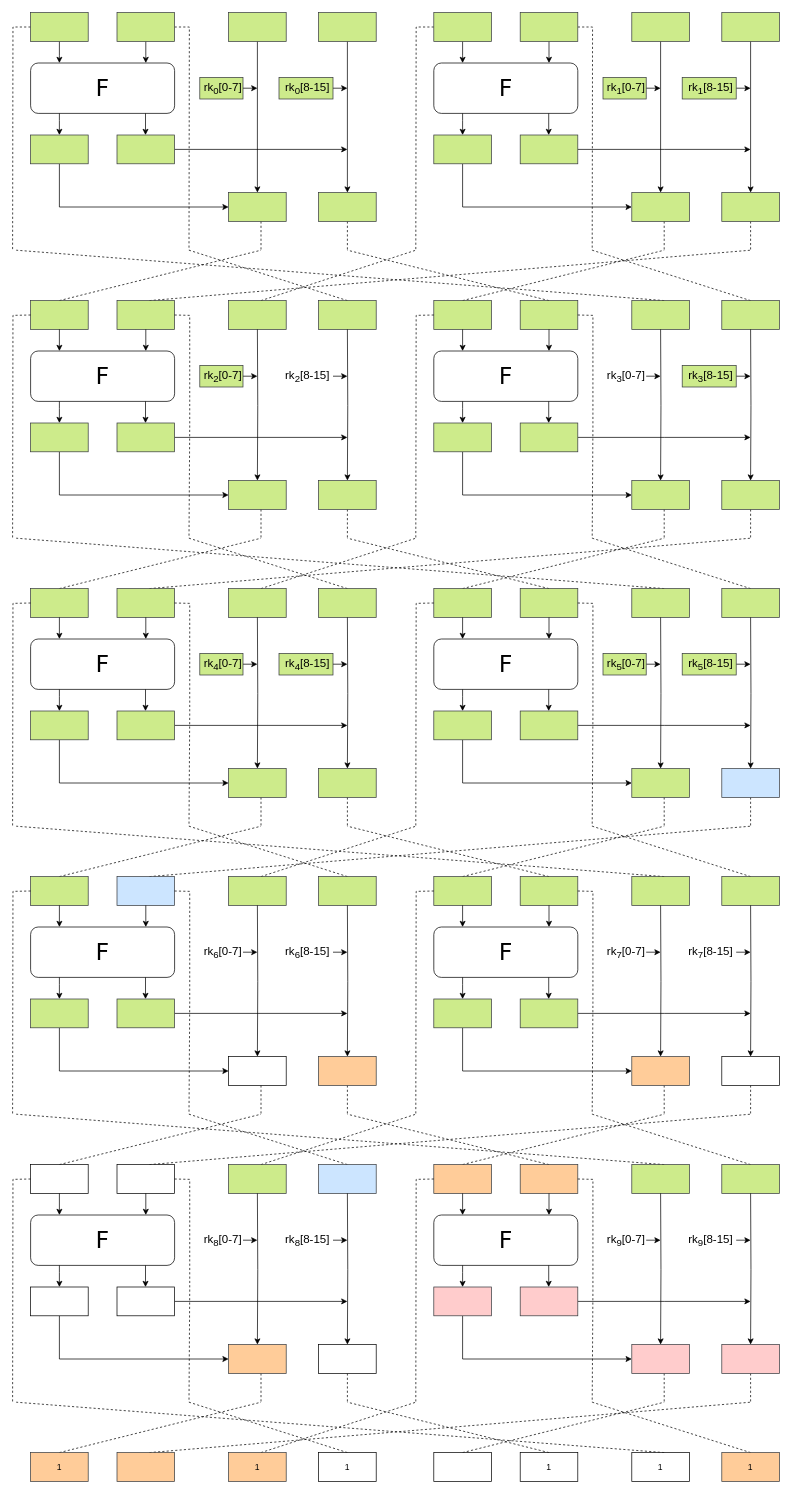
The draw.io diagram trail/key recovery imp.drawio in dwqRP/Piccolo, before the edit. Source tidied: cells renumbered, new cells numbered last; positions are measured from the earlier drawing's top-left corner, leaving out a move shared by most shapes. Both pictures are drawn from the tidied source at 72%, with x=0, y=0 at pixel (12, 12).
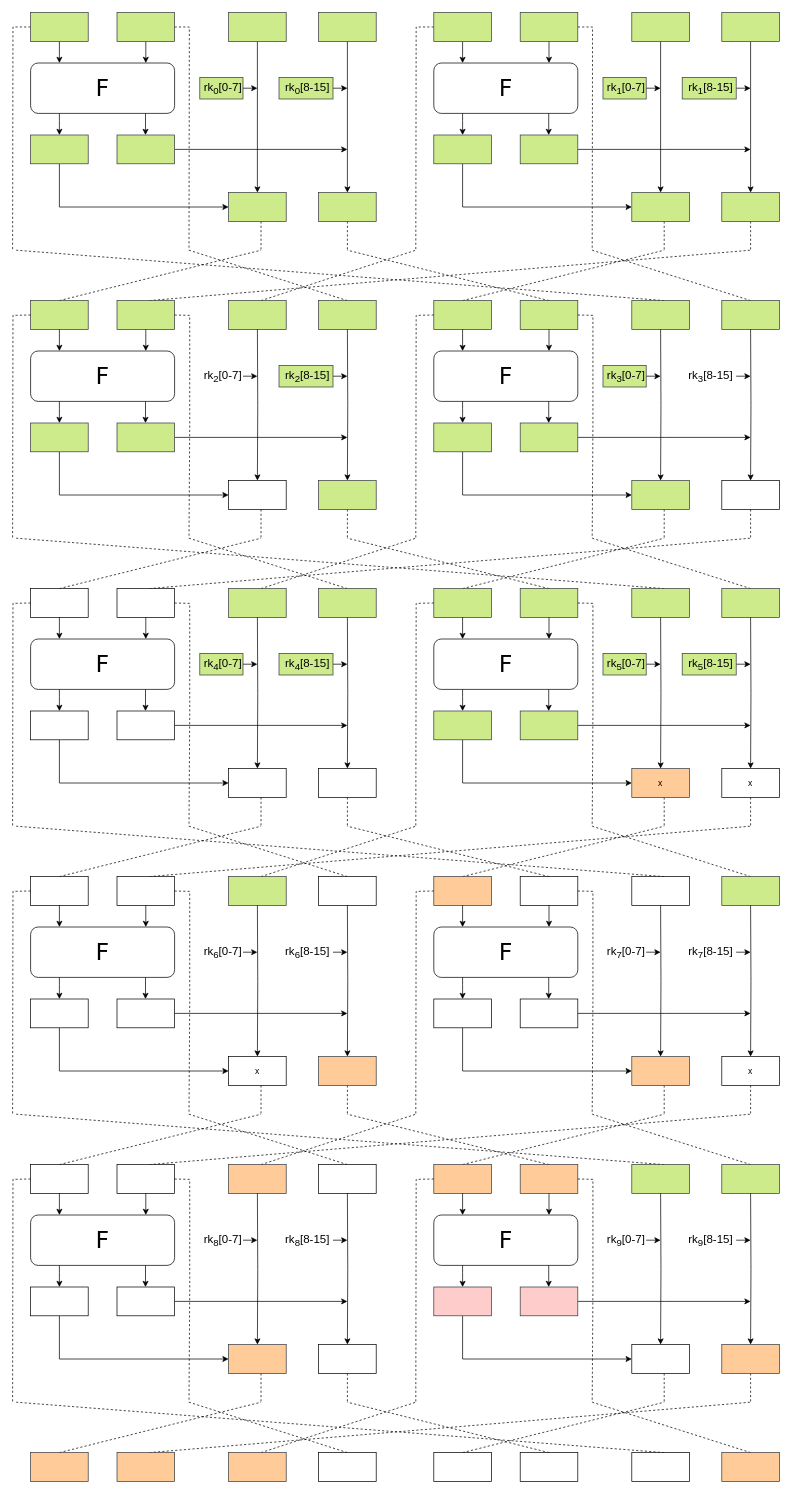
The same diagram, later.

The edit, as a diff of the source:
```diff
@@
-    <mxCell id="90" style="rounded=0;whiteSpace=wrap;html=1;fillColor=#cdeb8b;strokeColor=#36393d;" parent="1" vertex="1">
+    <mxCell id="90" style="rounded=0;whiteSpace=wrap;html=1;" parent="1" vertex="1">
       <mxGeometry x="300" y="650" width="80" height="40" as="geometry" />
     </mxCell>
@@
-    <mxCell id="92" value="&lt;font style=&quot;font-size: 16px;&quot;&gt;&amp;nbsp;rk&lt;sub&gt;2&lt;/sub&gt;[0-7]&lt;/font&gt;" style="text;html=1;align=center;verticalAlign=middle;whiteSpace=wrap;rounded=0;fillColor=#cdeb8b;strokeColor=#36393d;" parent="1" vertex="1">
+    <mxCell id="92" value="&lt;font style=&quot;font-size: 16px;&quot;&gt;&amp;nbsp;rk&lt;sub&gt;2&lt;/sub&gt;[0-7]&lt;/font&gt;" style="text;html=1;align=center;verticalAlign=middle;whiteSpace=wrap;rounded=0;" parent="1" vertex="1">
       <mxGeometry x="260" y="490" width="60" height="30" as="geometry" />
     </mxCell>
@@
-    <mxCell id="94" value="&lt;font style=&quot;font-size: 16px;&quot;&gt;&amp;nbsp;rk&lt;sub&gt;2&lt;/sub&gt;[8-15]&lt;/font&gt;" style="text;html=1;align=center;verticalAlign=middle;whiteSpace=wrap;rounded=0;" parent="1" vertex="1">
+    <mxCell id="94" value="&lt;font style=&quot;font-size: 16px;&quot;&gt;&amp;nbsp;rk&lt;sub&gt;2&lt;/sub&gt;[8-15]&lt;/font&gt;" style="text;html=1;align=center;verticalAlign=middle;whiteSpace=wrap;rounded=0;fillColor=#cdeb8b;strokeColor=#36393d;" parent="1" vertex="1">
       <mxGeometry x="370" y="490" width="75" height="30" as="geometry" />
     </mxCell>
@@
-    <mxCell id="96" style="rounded=0;whiteSpace=wrap;html=1;fillColor=#cdeb8b;strokeColor=#36393d;" parent="1" vertex="1">
+    <mxCell id="96" style="rounded=0;whiteSpace=wrap;html=1;" parent="1" vertex="1">
       <mxGeometry x="25" y="800" width="80" height="40" as="geometry" />
     </mxCell>
-    <mxCell id="97" style="rounded=0;whiteSpace=wrap;html=1;fillColor=#cdeb8b;strokeColor=#36393d;" parent="1" vertex="1">
+    <mxCell id="97" style="rounded=0;whiteSpace=wrap;html=1;" parent="1" vertex="1">
       <mxGeometry x="145" y="800" width="80" height="40" as="geometry" />
     </mxCell>
@@
-    <mxCell id="117" value="&lt;font style=&quot;font-size: 16px;&quot;&gt;&amp;nbsp;rk&lt;sub&gt;3&lt;/sub&gt;[0-7]&lt;/font&gt;" style="text;html=1;align=center;verticalAlign=middle;whiteSpace=wrap;rounded=0;" parent="1" vertex="1">
+    <mxCell id="117" value="&lt;font style=&quot;font-size: 16px;&quot;&gt;&amp;nbsp;rk&lt;sub&gt;3&lt;/sub&gt;[0-7]&lt;/font&gt;" style="text;html=1;align=center;verticalAlign=middle;whiteSpace=wrap;rounded=0;fillColor=#cdeb8b;strokeColor=#36393d;" parent="1" vertex="1">
       <mxGeometry x="820" y="490" width="60" height="30" as="geometry" />
     </mxCell>
@@
-    <mxCell id="119" value="&lt;font style=&quot;font-size: 16px;&quot;&gt;&amp;nbsp;rk&lt;sub&gt;3&lt;/sub&gt;[8-15]&lt;/font&gt;" style="text;html=1;align=center;verticalAlign=middle;whiteSpace=wrap;rounded=0;fillColor=#cdeb8b;strokeColor=#36393d;" parent="1" vertex="1">
+    <mxCell id="119" value="&lt;font style=&quot;font-size: 16px;&quot;&gt;&amp;nbsp;rk&lt;sub&gt;3&lt;/sub&gt;[8-15]&lt;/font&gt;" style="text;html=1;align=center;verticalAlign=middle;whiteSpace=wrap;rounded=0;" parent="1" vertex="1">
       <mxGeometry x="930" y="490" width="75" height="30" as="geometry" />
     </mxCell>
-    <mxCell id="120" style="rounded=0;whiteSpace=wrap;html=1;fillColor=#cdeb8b;strokeColor=#36393d;" parent="1" vertex="1">
+    <mxCell id="120" style="rounded=0;whiteSpace=wrap;html=1;" parent="1" vertex="1">
       <mxGeometry x="985" y="650" width="80" height="40" as="geometry" />
     </mxCell>
@@
-    <mxCell id="145" style="rounded=0;whiteSpace=wrap;html=1;fillColor=#cdeb8b;strokeColor=#36393d;" parent="1" vertex="1">
+    <mxCell id="145" style="rounded=0;whiteSpace=wrap;html=1;" parent="1" vertex="1">
       <mxGeometry x="25" y="970" width="80" height="40" as="geometry" />
     </mxCell>
@@
-    <mxCell id="147" style="rounded=0;whiteSpace=wrap;html=1;fillColor=#cdeb8b;strokeColor=#36393d;" parent="1" vertex="1">
+    <mxCell id="147" style="rounded=0;whiteSpace=wrap;html=1;" parent="1" vertex="1">
       <mxGeometry x="145" y="970" width="80" height="40" as="geometry" />
     </mxCell>
-    <mxCell id="148" style="rounded=0;whiteSpace=wrap;html=1;fillColor=#cdeb8b;strokeColor=#36393d;" parent="1" vertex="1">
+    <mxCell id="148" style="rounded=0;whiteSpace=wrap;html=1;" parent="1" vertex="1">
       <mxGeometry x="300" y="1050" width="80" height="40" as="geometry" />
     </mxCell>
@@
-    <mxCell id="153" style="rounded=0;whiteSpace=wrap;html=1;fillColor=#cdeb8b;strokeColor=#36393d;" parent="1" vertex="1">
+    <mxCell id="153" style="rounded=0;whiteSpace=wrap;html=1;" parent="1" vertex="1">
       <mxGeometry x="425" y="1050" width="80" height="40" as="geometry" />
     </mxCell>
-    <mxCell id="154" style="rounded=0;whiteSpace=wrap;html=1;fillColor=#cdeb8b;strokeColor=#36393d;" parent="1" vertex="1">
+    <mxCell id="154" style="rounded=0;whiteSpace=wrap;html=1;" parent="1" vertex="1">
       <mxGeometry x="25" y="1200" width="80" height="40" as="geometry" />
     </mxCell>
-    <mxCell id="155" style="rounded=0;whiteSpace=wrap;html=1;fillColor=#cce5ff;strokeColor=#36393d;" parent="1" vertex="1">
+    <mxCell id="155" style="rounded=0;whiteSpace=wrap;html=1;" parent="1" vertex="1">
       <mxGeometry x="145" y="1200" width="80" height="40" as="geometry" />
     </mxCell>
@@
-    <mxCell id="157" style="rounded=0;whiteSpace=wrap;html=1;fillColor=#cdeb8b;strokeColor=#36393d;" parent="1" vertex="1">
+    <mxCell id="157" style="rounded=0;whiteSpace=wrap;html=1;" parent="1" vertex="1">
       <mxGeometry x="425" y="1200" width="80" height="40" as="geometry" />
     </mxCell>
@@
-    <mxCell id="173" style="rounded=0;whiteSpace=wrap;html=1;fillColor=#cdeb8b;strokeColor=#36393d;" parent="1" vertex="1">
+    <mxCell id="173" value="x" style="rounded=0;whiteSpace=wrap;html=1;fillColor=#ffcc99;strokeColor=#36393d;" parent="1" vertex="1">
       <mxGeometry x="860" y="1050" width="80" height="40" as="geometry" />
     </mxCell>
@@
-    <mxCell id="178" style="rounded=0;whiteSpace=wrap;html=1;fillColor=#cce5ff;strokeColor=#36393d;" parent="1" vertex="1">
+    <mxCell id="178" value="x" style="rounded=0;whiteSpace=wrap;html=1;" parent="1" vertex="1">
       <mxGeometry x="985" y="1050" width="80" height="40" as="geometry" />
     </mxCell>
@@
-    <mxCell id="180" style="rounded=0;whiteSpace=wrap;html=1;fillColor=#cdeb8b;strokeColor=#36393d;" parent="1" vertex="1">
+    <mxCell id="180" style="rounded=0;whiteSpace=wrap;html=1;fillColor=#ffcc99;strokeColor=#36393d;" parent="1" vertex="1">
       <mxGeometry x="585" y="1200" width="80" height="40" as="geometry" />
     </mxCell>
-    <mxCell id="181" style="rounded=0;whiteSpace=wrap;html=1;fillColor=#cdeb8b;strokeColor=#36393d;" parent="1" vertex="1">
+    <mxCell id="181" style="rounded=0;whiteSpace=wrap;html=1;" parent="1" vertex="1">
       <mxGeometry x="705" y="1200" width="80" height="40" as="geometry" />
     </mxCell>
-    <mxCell id="182" style="rounded=0;whiteSpace=wrap;html=1;fillColor=#cdeb8b;strokeColor=#36393d;" parent="1" vertex="1">
+    <mxCell id="182" style="rounded=0;whiteSpace=wrap;html=1;" parent="1" vertex="1">
       <mxGeometry x="860" y="1200" width="80" height="40" as="geometry" />
     </mxCell>
@@
-    <mxCell id="203" style="rounded=0;whiteSpace=wrap;html=1;fillColor=#cdeb8b;strokeColor=#36393d;" parent="1" vertex="1">
+    <mxCell id="203" style="rounded=0;whiteSpace=wrap;html=1;" parent="1" vertex="1">
       <mxGeometry x="25" y="1370" width="80" height="40" as="geometry" />
     </mxCell>
@@
-    <mxCell id="205" style="rounded=0;whiteSpace=wrap;html=1;fillColor=#cdeb8b;strokeColor=#36393d;" parent="1" vertex="1">
+    <mxCell id="205" style="rounded=0;whiteSpace=wrap;html=1;" parent="1" vertex="1">
       <mxGeometry x="145" y="1370" width="80" height="40" as="geometry" />
     </mxCell>
-    <mxCell id="206" style="rounded=0;whiteSpace=wrap;html=1;" parent="1" vertex="1">
+    <mxCell id="206" value="x" style="rounded=0;whiteSpace=wrap;html=1;" parent="1" vertex="1">
       <mxGeometry x="300" y="1450" width="80" height="40" as="geometry" />
     </mxCell>
@@
-    <mxCell id="214" style="rounded=0;whiteSpace=wrap;html=1;fillColor=#cdeb8b;strokeColor=#36393d;" parent="1" vertex="1">
+    <mxCell id="214" style="rounded=0;whiteSpace=wrap;html=1;fillColor=#ffcc99;strokeColor=#36393d;" parent="1" vertex="1">
       <mxGeometry x="300" y="1600" width="80" height="40" as="geometry" />
     </mxCell>
-    <mxCell id="215" style="rounded=0;whiteSpace=wrap;html=1;fillColor=#cce5ff;strokeColor=#36393d;" parent="1" vertex="1">
+    <mxCell id="215" style="rounded=0;whiteSpace=wrap;html=1;" parent="1" vertex="1">
       <mxGeometry x="425" y="1600" width="80" height="40" as="geometry" />
     </mxCell>
@@
-    <mxCell id="228" style="rounded=0;whiteSpace=wrap;html=1;fillColor=#cdeb8b;strokeColor=#36393d;" parent="1" vertex="1">
+    <mxCell id="228" style="rounded=0;whiteSpace=wrap;html=1;" parent="1" vertex="1">
       <mxGeometry x="585" y="1370" width="80" height="40" as="geometry" />
     </mxCell>
@@
-    <mxCell id="230" style="rounded=0;whiteSpace=wrap;html=1;fillColor=#cdeb8b;strokeColor=#36393d;" parent="1" vertex="1">
+    <mxCell id="230" style="rounded=0;whiteSpace=wrap;html=1;" parent="1" vertex="1">
       <mxGeometry x="705" y="1370" width="80" height="40" as="geometry" />
     </mxCell>
@@
-    <mxCell id="236" style="rounded=0;whiteSpace=wrap;html=1;" parent="1" vertex="1">
+    <mxCell id="236" value="x" style="rounded=0;whiteSpace=wrap;html=1;" parent="1" vertex="1">
       <mxGeometry x="985" y="1450" width="80" height="40" as="geometry" />
     </mxCell>
@@
-    <mxCell id="270" value="1" style="rounded=0;whiteSpace=wrap;html=1;fillColor=#ffcc99;strokeColor=#36393d;" parent="1" vertex="1">
+    <mxCell id="270" style="rounded=0;whiteSpace=wrap;html=1;fillColor=#ffcc99;strokeColor=#36393d;" parent="1" vertex="1">
       <mxGeometry x="25" y="2000" width="80" height="40" as="geometry" />
     </mxCell>
@@
-    <mxCell id="272" value="1" style="rounded=0;whiteSpace=wrap;html=1;fillColor=#ffcc99;strokeColor=#36393d;" parent="1" vertex="1">
+    <mxCell id="272" style="rounded=0;whiteSpace=wrap;html=1;fillColor=#ffcc99;strokeColor=#36393d;" parent="1" vertex="1">
       <mxGeometry x="300" y="2000" width="80" height="40" as="geometry" />
     </mxCell>
-    <mxCell id="273" value="1" style="rounded=0;whiteSpace=wrap;html=1;" parent="1" vertex="1">
+    <mxCell id="273" style="rounded=0;whiteSpace=wrap;html=1;" parent="1" vertex="1">
       <mxGeometry x="425" y="2000" width="80" height="40" as="geometry" />
     </mxCell>
@@
-    <mxCell id="289" style="rounded=0;whiteSpace=wrap;html=1;fillColor=#ffcccc;strokeColor=#36393d;" parent="1" vertex="1">
+    <mxCell id="289" style="rounded=0;whiteSpace=wrap;html=1;" parent="1" vertex="1">
       <mxGeometry x="860" y="1850" width="80" height="40" as="geometry" />
     </mxCell>
@@
-    <mxCell id="294" style="rounded=0;whiteSpace=wrap;html=1;fillColor=#ffcccc;strokeColor=#36393d;" parent="1" vertex="1">
+    <mxCell id="294" style="rounded=0;whiteSpace=wrap;html=1;fillColor=#ffcc99;strokeColor=#36393d;" parent="1" vertex="1">
       <mxGeometry x="985" y="1850" width="80" height="40" as="geometry" />
     </mxCell>
@@
-    <mxCell id="297" value="1" style="rounded=0;whiteSpace=wrap;html=1;" parent="1" vertex="1">
+    <mxCell id="297" style="rounded=0;whiteSpace=wrap;html=1;" parent="1" vertex="1">
       <mxGeometry x="705" y="2000" width="80" height="40" as="geometry" />
     </mxCell>
-    <mxCell id="298" value="1" style="rounded=0;whiteSpace=wrap;html=1;" parent="1" vertex="1">
+    <mxCell id="298" style="rounded=0;whiteSpace=wrap;html=1;" parent="1" vertex="1">
       <mxGeometry x="860" y="2000" width="80" height="40" as="geometry" />
     </mxCell>
-    <mxCell id="299" value="1" style="rounded=0;whiteSpace=wrap;html=1;fillColor=#ffcc99;strokeColor=#36393d;" parent="1" vertex="1">
+    <mxCell id="299" style="rounded=0;whiteSpace=wrap;html=1;fillColor=#ffcc99;strokeColor=#36393d;" parent="1" vertex="1">
       <mxGeometry x="985" y="2000" width="80" height="40" as="geometry" />
     </mxCell>
```
